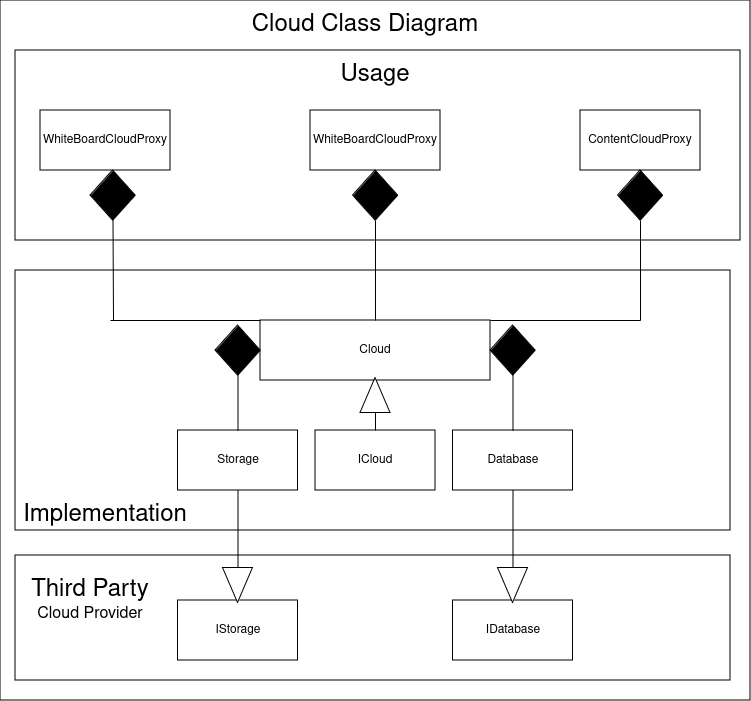
Above: cloud.png in IIT-PKD-Software-Engg/Cloud (draw.io), before the change. Source tidied: cells renumbered, new cells last; positions are measured from the earlier drawing's top-left corner, leaving out a move shared by most shapes.
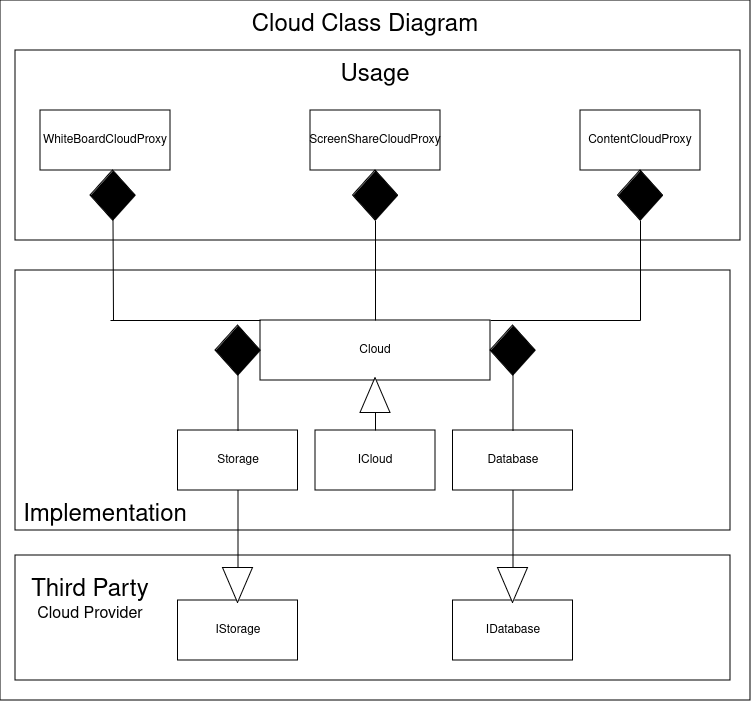
The same diagram one commit later.

Commit message:
class diagram update

What changed in the source:
```diff
@@ -72,7 +72,7 @@
     <mxCell id="23" value="&lt;font style=&quot;font-size: 24px;&quot;&gt;Cloud Class Diagram&lt;br&gt;&lt;/font&gt;" style="text;html=1;align=center;verticalAlign=middle;whiteSpace=wrap;rounded=0;" parent="1" vertex="1">
       <mxGeometry x="170" y="10" width="390" height="30" as="geometry" />
     </mxCell>
-    <mxCell id="24" value="WhiteBoardCloudProxy" style="rounded=0;whiteSpace=wrap;html=1;" parent="1" vertex="1">
+    <mxCell id="24" value="ScreenShareCloudProxy" style="rounded=0;whiteSpace=wrap;html=1;" parent="1" vertex="1">
       <mxGeometry x="310" y="110" width="130" height="60" as="geometry" />
     </mxCell>
     <mxCell id="25" style="rhombus;whiteSpace=wrap;html=1;fillColor=#000000;" parent="1" vertex="1">
```
